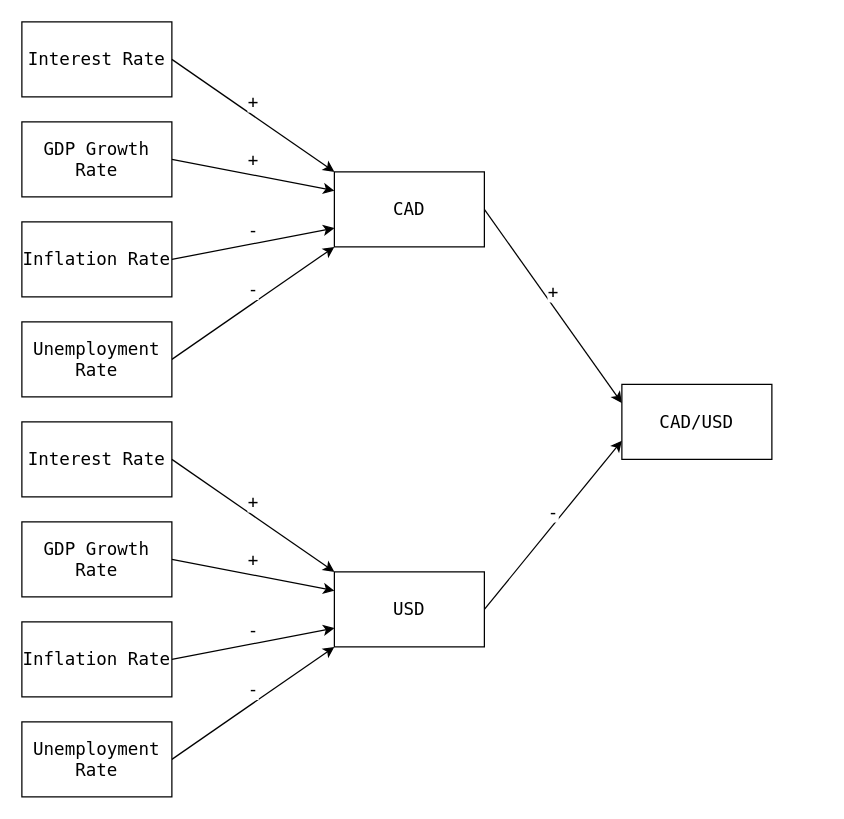
Above: borderland/1-cadusd/diagrams/cad_usd.drawio in mahdi-ghafarian/time-series (draw.io), before the change. Source tidied: cells renumbered, new cells numbered last; positions are measured from the earlier drawing's top-left corner, leaving out a move shared by most shapes. Both pictures are drawn from the tidied source at 125%, with x=0, y=0 at pixel (21, 21).
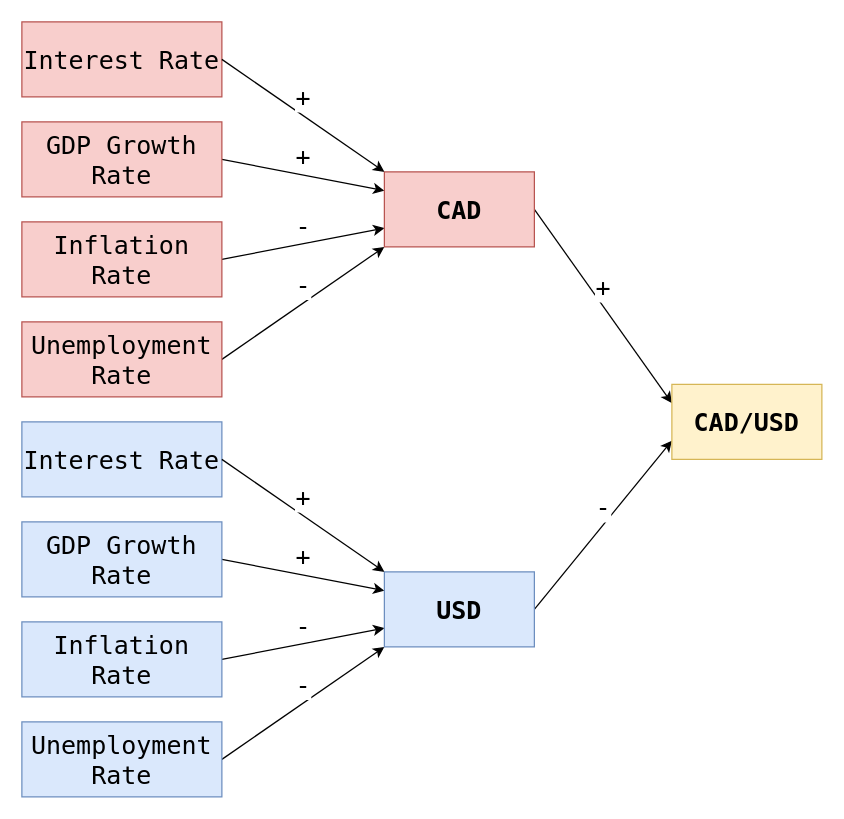
Above is the later version.

Diff of the diagram source:
```diff
@@
-    <mxCell id="2" value="Interest Rate" style="rounded=0;whiteSpace=wrap;html=1;fontSize=14;fontFamily=Lucida Console;" parent="1" vertex="1">
-      <mxGeometry width="120" height="60" as="geometry" />
+    <mxCell id="2" value="Interest Rate" style="rounded=0;whiteSpace=wrap;html=1;fontSize=20;fontFamily=Lucida Console;fillColor=#f8cecc;strokeColor=#b85450;" parent="1" vertex="1">
+      <mxGeometry width="160" height="60" as="geometry" />
     </mxCell>
-    <mxCell id="3" value="+" style="rounded=0;jettySize=auto;html=1;entryX=0;entryY=0.25;entryDx=0;entryDy=0;flowAnimation=0;anchorPointDirection=1;sourcePerimeterSpacing=0;exitX=1;exitY=0.5;exitDx=0;exitDy=0;labelPosition=center;verticalLabelPosition=top;align=center;verticalAlign=bottom;fontSize=14;fontFamily=Lucida Console;" parent="1" edge="1" source="4" target="10">
+    <mxCell id="3" value="+" style="rounded=0;jettySize=auto;html=1;entryX=0;entryY=0.25;entryDx=0;entryDy=0;flowAnimation=0;anchorPointDirection=1;sourcePerimeterSpacing=0;exitX=1;exitY=0.5;exitDx=0;exitDy=0;labelPosition=center;verticalLabelPosition=top;align=center;verticalAlign=bottom;fontSize=20;fontFamily=Lucida Console;" parent="1" edge="1" source="4" target="10">
       <mxGeometry relative="1" as="geometry" />
     </mxCell>
-    <mxCell id="4" value="GDP Growth Rate" style="rounded=0;whiteSpace=wrap;html=1;fontSize=14;fontFamily=Lucida Console;" parent="1" vertex="1">
-      <mxGeometry y="80" width="120" height="60" as="geometry" />
+    <mxCell id="4" value="GDP Growth Rate" style="rounded=0;whiteSpace=wrap;html=1;fontSize=20;fontFamily=Lucida Console;fillColor=#f8cecc;strokeColor=#b85450;" parent="1" vertex="1">
+      <mxGeometry y="80" width="160" height="60" as="geometry" />
     </mxCell>
-    <mxCell id="5" value="-" style="rounded=0;jettySize=auto;html=1;entryX=0;entryY=0.75;entryDx=0;entryDy=0;exitX=1;exitY=0.5;exitDx=0;exitDy=0;flowAnimation=0;anchorPointDirection=1;sourcePerimeterSpacing=0;labelPosition=center;verticalLabelPosition=top;align=center;verticalAlign=bottom;fontSize=14;fontFamily=Lucida Console;" parent="1" edge="1" source="6" target="10">
+    <mxCell id="5" value="-" style="rounded=0;jettySize=auto;html=1;entryX=0;entryY=0.75;entryDx=0;entryDy=0;exitX=1;exitY=0.5;exitDx=0;exitDy=0;flowAnimation=0;anchorPointDirection=1;sourcePerimeterSpacing=0;labelPosition=center;verticalLabelPosition=top;align=center;verticalAlign=bottom;fontSize=20;fontFamily=Lucida Console;" parent="1" edge="1" source="6" target="10">
       <mxGeometry relative="1" as="geometry" />
     </mxCell>
-    <mxCell id="6" value="Inflation Rate" style="rounded=0;whiteSpace=wrap;html=1;fontSize=14;fontFamily=Lucida Console;" parent="1" vertex="1">
-      <mxGeometry y="160" width="120" height="60" as="geometry" />
+    <mxCell id="6" value="Inflation Rate" style="rounded=0;whiteSpace=wrap;html=1;fontSize=20;fontFamily=Lucida Console;fillColor=#f8cecc;strokeColor=#b85450;" parent="1" vertex="1">
+      <mxGeometry y="160" width="160" height="60" as="geometry" />
     </mxCell>
-    <mxCell id="7" value="-" style="rounded=0;jettySize=auto;html=1;entryX=0;entryY=1;entryDx=0;entryDy=0;exitX=1;exitY=0.5;exitDx=0;exitDy=0;flowAnimation=0;anchorPointDirection=1;sourcePerimeterSpacing=0;labelPosition=center;verticalLabelPosition=top;align=center;verticalAlign=bottom;fontSize=14;fontFamily=Lucida Console;" parent="1" edge="1" source="8" target="10">
+    <mxCell id="7" value="-" style="rounded=0;jettySize=auto;html=1;entryX=0;entryY=1;entryDx=0;entryDy=0;exitX=1;exitY=0.5;exitDx=0;exitDy=0;flowAnimation=0;anchorPointDirection=1;sourcePerimeterSpacing=0;labelPosition=center;verticalLabelPosition=top;align=center;verticalAlign=bottom;fontSize=20;fontFamily=Lucida Console;" parent="1" edge="1" source="8" target="10">
       <mxGeometry relative="1" as="geometry" />
     </mxCell>
-    <mxCell id="8" value="Unemployment Rate" style="rounded=0;whiteSpace=wrap;html=1;fontSize=14;fontFamily=Lucida Console;" parent="1" vertex="1">
-      <mxGeometry y="240" width="120" height="60" as="geometry" />
+    <mxCell id="8" value="Unemployment Rate" style="rounded=0;whiteSpace=wrap;html=1;fontSize=20;fontFamily=Lucida Console;fillColor=#f8cecc;strokeColor=#b85450;" parent="1" vertex="1">
+      <mxGeometry y="240" width="160" height="60" as="geometry" />
     </mxCell>
-    <mxCell id="9" value="+" style="rounded=0;jettySize=auto;html=1;exitX=1;exitY=0.5;exitDx=0;exitDy=0;entryX=0;entryY=0.25;entryDx=0;entryDy=0;labelPosition=center;verticalLabelPosition=top;align=center;verticalAlign=bottom;fontSize=14;textShadow=0;fontFamily=Lucida Console;" parent="1" edge="1" source="10" target="22">
+    <mxCell id="9" value="+" style="rounded=0;jettySize=auto;html=1;exitX=1;exitY=0.5;exitDx=0;exitDy=0;entryX=0;entryY=0.25;entryDx=0;entryDy=0;labelPosition=center;verticalLabelPosition=top;align=center;verticalAlign=bottom;fontSize=20;textShadow=0;fontFamily=Lucida Console;" parent="1" edge="1" source="10" target="22">
       <mxGeometry relative="1" as="geometry" />
     </mxCell>
-    <mxCell id="10" value="CAD" style="rounded=0;whiteSpace=wrap;html=1;fontSize=14;fontFamily=Lucida Console;" parent="1" vertex="1">
-      <mxGeometry x="250" y="120" width="120" height="60" as="geometry" />
+    <mxCell id="10" value="CAD" style="rounded=0;whiteSpace=wrap;html=1;fontSize=20;fontFamily=Lucida Console;fillColor=#f8cecc;strokeColor=#b85450;fontStyle=1;" parent="1" vertex="1">
+      <mxGeometry x="290" y="120" width="120" height="60" as="geometry" />
     </mxCell>
-    <mxCell id="11" value="+" style="rounded=0;jettySize=auto;html=1;entryX=0;entryY=0;entryDx=0;entryDy=0;exitX=1;exitY=0.5;exitDx=0;exitDy=0;labelPosition=center;verticalLabelPosition=top;align=center;verticalAlign=bottom;fontSize=14;fontFamily=Lucida Console;" parent="1" edge="1" source="2" target="10">
+    <mxCell id="11" value="+" style="rounded=0;jettySize=auto;html=1;entryX=0;entryY=0;entryDx=0;entryDy=0;exitX=1;exitY=0.5;exitDx=0;exitDy=0;labelPosition=center;verticalLabelPosition=top;align=center;verticalAlign=bottom;fontSize=20;fontFamily=Lucida Console;" parent="1" edge="1" source="2" target="10">
       <mxGeometry relative="1" as="geometry" />
     </mxCell>
-    <mxCell id="12" value="Interest Rate" style="rounded=0;whiteSpace=wrap;html=1;fontSize=14;fontFamily=Lucida Console;" parent="1" vertex="1">
-      <mxGeometry y="320" width="120" height="60" as="geometry" />
+    <mxCell id="12" value="Interest Rate" style="rounded=0;whiteSpace=wrap;html=1;fontSize=20;fontFamily=Lucida Console;fillColor=#dae8fc;strokeColor=#6c8ebf;" parent="1" vertex="1">
+      <mxGeometry y="320" width="160" height="60" as="geometry" />
     </mxCell>
-    <mxCell id="13" value="+" style="rounded=0;jettySize=auto;html=1;entryX=0;entryY=0.25;entryDx=0;entryDy=0;flowAnimation=0;anchorPointDirection=1;sourcePerimeterSpacing=0;exitX=1;exitY=0.5;exitDx=0;exitDy=0;labelPosition=center;verticalLabelPosition=top;align=center;verticalAlign=bottom;fontSize=14;fontFamily=Lucida Console;" parent="1" edge="1" source="14" target="20">
+    <mxCell id="13" value="+" style="rounded=0;jettySize=auto;html=1;entryX=0;entryY=0.25;entryDx=0;entryDy=0;flowAnimation=0;anchorPointDirection=1;sourcePerimeterSpacing=0;exitX=1;exitY=0.5;exitDx=0;exitDy=0;labelPosition=center;verticalLabelPosition=top;align=center;verticalAlign=bottom;fontSize=20;fontFamily=Lucida Console;" parent="1" edge="1" source="14" target="20">
       <mxGeometry relative="1" as="geometry" />
     </mxCell>
-    <mxCell id="14" value="GDP Growth Rate" style="rounded=0;whiteSpace=wrap;html=1;fontSize=14;fontFamily=Lucida Console;" parent="1" vertex="1">
-      <mxGeometry y="400" width="120" height="60" as="geometry" />
+    <mxCell id="14" value="GDP Growth Rate" style="rounded=0;whiteSpace=wrap;html=1;fontSize=20;fontFamily=Lucida Console;fillColor=#dae8fc;strokeColor=#6c8ebf;" parent="1" vertex="1">
+      <mxGeometry y="400" width="160" height="60" as="geometry" />
     </mxCell>
-    <mxCell id="15" value="-" style="rounded=0;jettySize=auto;html=1;entryX=0;entryY=0.75;entryDx=0;entryDy=0;exitX=1;exitY=0.5;exitDx=0;exitDy=0;flowAnimation=0;anchorPointDirection=1;sourcePerimeterSpacing=0;labelPosition=center;verticalLabelPosition=top;align=center;verticalAlign=bottom;fontSize=14;fontFamily=Lucida Console;" parent="1" edge="1" source="16" target="20">
+    <mxCell id="15" value="-" style="rounded=0;jettySize=auto;html=1;entryX=0;entryY=0.75;entryDx=0;entryDy=0;exitX=1;exitY=0.5;exitDx=0;exitDy=0;flowAnimation=0;anchorPointDirection=1;sourcePerimeterSpacing=0;labelPosition=center;verticalLabelPosition=top;align=center;verticalAlign=bottom;fontSize=20;fontFamily=Lucida Console;" parent="1" edge="1" source="16" target="20">
       <mxGeometry relative="1" as="geometry" />
     </mxCell>
-    <mxCell id="16" value="Inflation Rate" style="rounded=0;whiteSpace=wrap;html=1;fontSize=14;fontFamily=Lucida Console;" parent="1" vertex="1">
-      <mxGeometry y="480" width="120" height="60" as="geometry" />
+    <mxCell id="16" value="Inflation Rate" style="rounded=0;whiteSpace=wrap;html=1;fontSize=20;fontFamily=Lucida Console;fillColor=#dae8fc;strokeColor=#6c8ebf;" parent="1" vertex="1">
+      <mxGeometry y="480" width="160" height="60" as="geometry" />
     </mxCell>
-    <mxCell id="17" value="-" style="rounded=0;jettySize=auto;html=1;entryX=0;entryY=1;entryDx=0;entryDy=0;exitX=1;exitY=0.5;exitDx=0;exitDy=0;flowAnimation=0;anchorPointDirection=1;sourcePerimeterSpacing=0;labelPosition=center;verticalLabelPosition=top;align=center;verticalAlign=bottom;fontSize=14;fontFamily=Lucida Console;" parent="1" edge="1" source="18" target="20">
+    <mxCell id="17" value="-" style="rounded=0;jettySize=auto;html=1;entryX=0;entryY=1;entryDx=0;entryDy=0;exitX=1;exitY=0.5;exitDx=0;exitDy=0;flowAnimation=0;anchorPointDirection=1;sourcePerimeterSpacing=0;labelPosition=center;verticalLabelPosition=top;align=center;verticalAlign=bottom;fontSize=20;fontFamily=Lucida Console;" parent="1" edge="1" source="18" target="20">
       <mxGeometry relative="1" as="geometry" />
     </mxCell>
-    <mxCell id="18" value="Unemployment Rate" style="rounded=0;whiteSpace=wrap;html=1;fontSize=14;fontFamily=Lucida Console;" parent="1" vertex="1">
-      <mxGeometry y="560" width="120" height="60" as="geometry" />
+    <mxCell id="18" value="Unemployment Rate" style="rounded=0;whiteSpace=wrap;html=1;fontSize=20;fontFamily=Lucida Console;fillColor=#dae8fc;strokeColor=#6c8ebf;" parent="1" vertex="1">
+      <mxGeometry y="560" width="160" height="60" as="geometry" />
     </mxCell>
-    <mxCell id="19" value="-" style="rounded=0;jettySize=auto;html=1;exitX=1;exitY=0.5;exitDx=0;exitDy=0;entryX=0;entryY=0.75;entryDx=0;entryDy=0;labelPosition=center;verticalLabelPosition=top;align=center;verticalAlign=bottom;fontSize=14;textShadow=0;fontFamily=Lucida Console;" parent="1" edge="1" source="20" target="22">
+    <mxCell id="19" value="-" style="rounded=0;jettySize=auto;html=1;exitX=1;exitY=0.5;exitDx=0;exitDy=0;entryX=0;entryY=0.75;entryDx=0;entryDy=0;labelPosition=center;verticalLabelPosition=top;align=center;verticalAlign=bottom;fontSize=20;textShadow=0;fontFamily=Lucida Console;" parent="1" edge="1" source="20" target="22">
       <mxGeometry relative="1" as="geometry" />
     </mxCell>
-    <mxCell id="20" value="USD" style="rounded=0;whiteSpace=wrap;html=1;fontSize=14;fontFamily=Lucida Console;" parent="1" vertex="1">
-      <mxGeometry x="250" y="440" width="120" height="60" as="geometry" />
+    <mxCell id="20" value="USD" style="rounded=0;whiteSpace=wrap;html=1;fontSize=20;fontFamily=Lucida Console;fillColor=#dae8fc;strokeColor=#6c8ebf;fontStyle=1;" parent="1" vertex="1">
+      <mxGeometry x="290" y="440" width="120" height="60" as="geometry" />
     </mxCell>
-    <mxCell id="21" value="+" style="rounded=0;jettySize=auto;html=1;entryX=0;entryY=0;entryDx=0;entryDy=0;exitX=1;exitY=0.5;exitDx=0;exitDy=0;labelPosition=center;verticalLabelPosition=top;align=center;verticalAlign=bottom;fontSize=14;textShadow=0;convertToSvg=0;fontFamily=Lucida Console;" parent="1" edge="1" source="12" target="20">
+    <mxCell id="21" value="+" style="rounded=0;jettySize=auto;html=1;entryX=0;entryY=0;entryDx=0;entryDy=0;exitX=1;exitY=0.5;exitDx=0;exitDy=0;labelPosition=center;verticalLabelPosition=top;align=center;verticalAlign=bottom;fontSize=20;textShadow=0;convertToSvg=0;fontFamily=Lucida Console;" parent="1" edge="1" source="12" target="20">
       <mxGeometry relative="1" as="geometry" />
     </mxCell>
-    <mxCell id="22" value="CAD/USD" style="rounded=0;whiteSpace=wrap;html=1;fontSize=14;fontFamily=Lucida Console;" parent="1" vertex="1">
-      <mxGeometry x="480" y="290" width="120" height="60" as="geometry" />
+    <mxCell id="22" value="CAD/USD" style="rounded=0;whiteSpace=wrap;html=1;fontSize=20;fontFamily=Lucida Console;fontStyle=1;fillColor=#fff2cc;strokeColor=#d6b656;" parent="1" vertex="1">
+      <mxGeometry x="520" y="290" width="120" height="60" as="geometry" />
     </mxCell>
```
